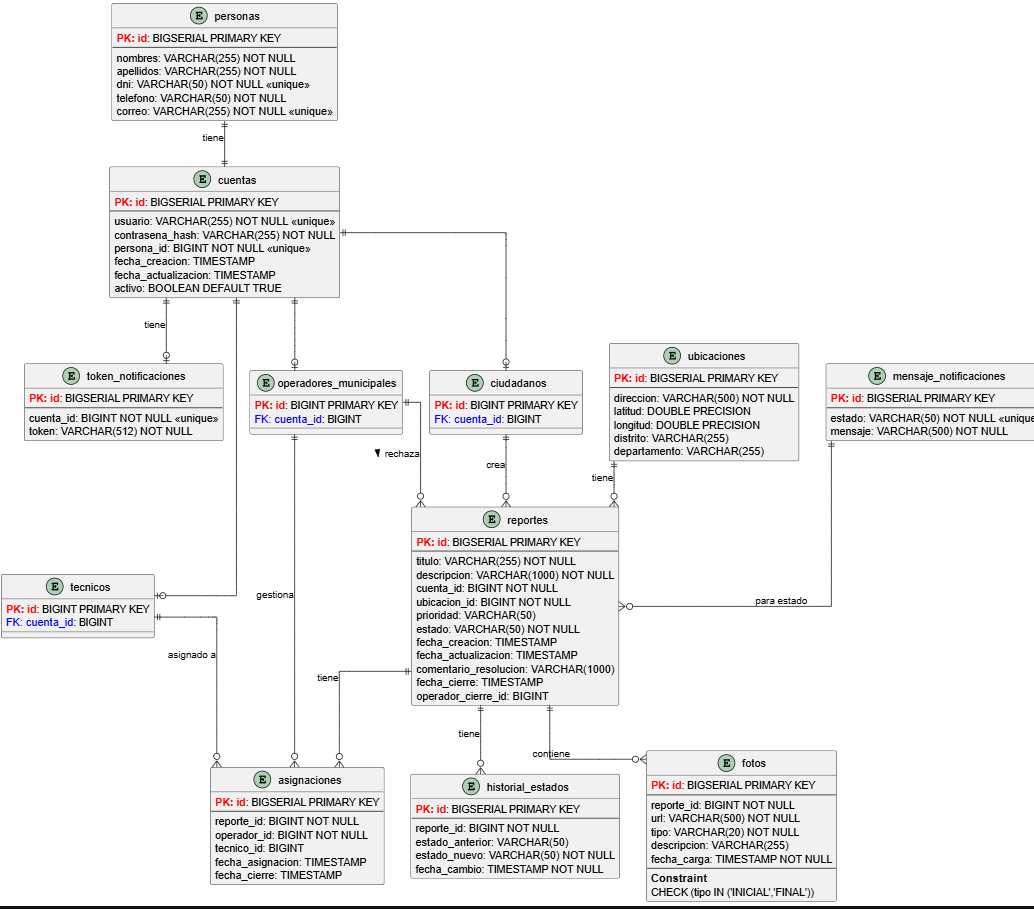
The PlantUML diagram docs/images/diagrams/Diagrama_DB.png in jeffangeloss/ReportaYA-Front, before a commit. Its source is kept beside it as docs/images/diagrams/Diagrama_DB.puml. Source of this version:
```plantuml
@startuml DBmodelo
!define Table(name,desc) class name as "desc" << (T,#FFAAAA) >>
!define primary_key(x) <b><color:red>PK: x</color></b>
!define foreign_key(x) <color:blue>FK: x</color>
!define unique(x) <color:green>UK: x</color>

skinparam linetype ortho
skinparam classAttributeIconSize 0


entity "personas" as personas {
  primary_key(id): BIGSERIAL PRIMARY KEY
  --
  nombres: VARCHAR(255) NOT NULL
  apellidos: VARCHAR(255) NOT NULL
  dni: VARCHAR(50) NOT NULL <<unique>>
  telefono: VARCHAR(50) NOT NULL
  correo: VARCHAR(255) NOT NULL <<unique>>
}

entity "cuentas" as cuentas {
  primary_key(id): BIGSERIAL PRIMARY KEY
  --
  usuario: VARCHAR(255) NOT NULL <<unique>>
  contrasena_hash: VARCHAR(255) NOT NULL
  persona_id: BIGINT NOT NULL <<unique>>
  fecha_creacion: TIMESTAMP
  fecha_actualizacion: TIMESTAMP
  activo: BOOLEAN DEFAULT TRUE
}

entity "operadores_municipales" as operadores_municipales {
  primary_key(id): BIGINT PRIMARY KEY
  foreign_key(cuenta_id): BIGINT
}

entity "tecnicos" as tecnicos {
  primary_key(id): BIGINT PRIMARY KEY
  foreign_key(cuenta_id): BIGINT
}

entity "ciudadanos" as ciudadanos {
  primary_key(id): BIGINT PRIMARY KEY
  foreign_key(cuenta_id): BIGINT
}

entity "ubicaciones" as ubicaciones {
  primary_key(id): BIGSERIAL PRIMARY KEY
  --
  direccion: VARCHAR(500) NOT NULL
  latitud: DOUBLE PRECISION
  longitud: DOUBLE PRECISION
  distrito: VARCHAR(255)
  departamento: VARCHAR(255)
}

entity "reportes" as reportes {
  primary_key(id): BIGSERIAL PRIMARY KEY
  --
  titulo: VARCHAR(255) NOT NULL
  descripcion: VARCHAR(1000) NOT NULL
  cuenta_id: BIGINT NOT NULL
  ubicacion_id: BIGINT NOT NULL
  prioridad: VARCHAR(50)
  estado: VARCHAR(50) NOT NULL
  fecha_creacion: TIMESTAMP
  fecha_actualizacion: TIMESTAMP
  comentario_resolucion: VARCHAR(1000)
  fecha_cierre: TIMESTAMP
  operador_cierre_id: BIGINT
}

entity "fotos" as fotos {
  primary_key(id): BIGSERIAL PRIMARY KEY
  --
  reporte_id: BIGINT NOT NULL
  url: VARCHAR(500) NOT NULL
  tipo: VARCHAR(20) NOT NULL
  descripcion: VARCHAR(255)
  fecha_carga: TIMESTAMP NOT NULL
  --
  **Constraint**
  CHECK (tipo IN ('INICIAL','FINAL'))
}

entity "asignaciones" as asignaciones {
  primary_key(id): BIGSERIAL PRIMARY KEY
  --
  reporte_id: BIGINT NOT NULL
  operador_id: BIGINT NOT NULL
  tecnico_id: BIGINT
  fecha_asignacion: TIMESTAMP
  fecha_cierre: TIMESTAMP
}

entity "historial_estados" as historial_estados {
  primary_key(id): BIGSERIAL PRIMARY KEY
  --
  reporte_id: BIGINT NOT NULL
  estado_anterior: VARCHAR(50)
  estado_nuevo: VARCHAR(50) NOT NULL
  fecha_cambio: TIMESTAMP NOT NULL
}

entity "token_notificaciones" as token_notificaciones {
  primary_key(id): BIGSERIAL PRIMARY KEY
  --
  cuenta_id: BIGINT NOT NULL <<unique>>
  token: VARCHAR(512) NOT NULL
}

entity "mensaje_notificaciones" as mensaje_notificaciones {
  primary_key(id): BIGSERIAL PRIMARY KEY
  --
  estado: VARCHAR(50) NOT NULL <<unique>>
  mensaje: VARCHAR(500) NOT NULL
}


personas ||--|| cuentas : "tiene"

cuentas ||--o| operadores_municipales : ""
cuentas ||--o| tecnicos : ""
cuentas ||--o| ciudadanos : ""

ciudadanos ||--o{ reportes : "crea"

ubicaciones ||--o{ reportes : "tiene"

reportes ||--o{ fotos : "contiene"

operadores_municipales ||--o{ reportes : "rechaza >"

reportes ||--o{ asignaciones : "tiene"

tecnicos ||--o{ asignaciones : "asignado a"

operadores_municipales ||--o{ asignaciones : "gestiona"

reportes ||--o{ historial_estados : "tiene"

cuentas ||--o| token_notificaciones : "tiene"

mensaje_notificaciones ||--o{ reportes : "para estado"

@enduml
```
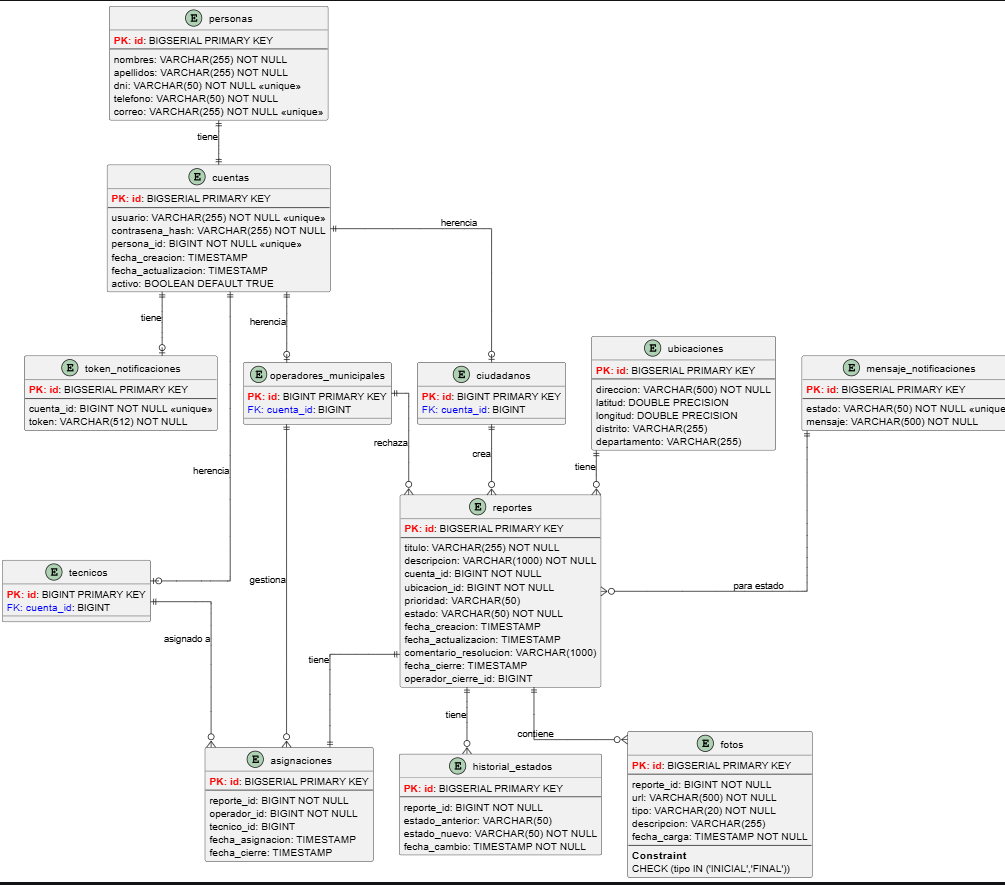
After the commit.

The edit, as a diff of the source:
```diff
@@ -119,9 +119,9 @@
 
 personas ||--|| cuentas : "tiene"
 
-cuentas ||--o| operadores_municipales : ""
-cuentas ||--o| tecnicos : ""
-cuentas ||--o| ciudadanos : ""
+cuentas ||--o| operadores_municipales : "herencia"
+cuentas ||--o| tecnicos : "herencia"
+cuentas ||--o| ciudadanos : "herencia"
 
 ciudadanos ||--o{ reportes : "crea"
 
@@ -129,9 +129,9 @@
 
 reportes ||--o{ fotos : "contiene"
 
-operadores_municipales ||--o{ reportes : "rechaza >"
+operadores_municipales ||--o{ reportes : "rechaza"
 
-reportes ||--o{ asignaciones : "tiene"
+reportes ||--|| asignaciones : "tiene"
 
 tecnicos ||--o{ asignaciones : "asignado a"
 
```
